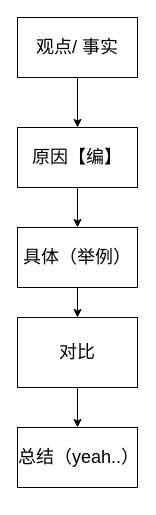
LoverCheng/flowChart keeps this draw.io diagram as Untitled Diagram.drawio. Above is the earlier version. Source tidied: cells renumbered, new cells numbered last; positions are measured from the earlier drawing's top-left corner, leaving out a move shared by most shapes. Both pictures are drawn from the tidied source at 100%, with x=0, y=0 at pixel (17, 17).
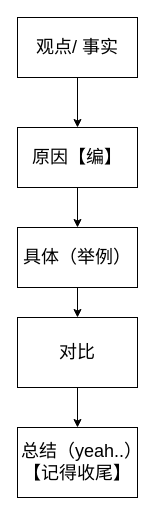
After the change.

Change to the diagram source:
```diff
@@
 <mxGraphModel>
   <root>
     <mxCell id="0" />
     <mxCell id="1" parent="0" />
     <mxCell id="2" style="edgeStyle=orthogonalEdgeStyle;rounded=0;jettySize=auto;html=1;entryX=0.5;entryY=0;entryDx=0;entryDy=0;fontSize=18;" parent="1" edge="1" source="3" target="5">
       <mxGeometry relative="1" as="geometry" />
     </mxCell>
     <mxCell id="3" value="&lt;font style=&quot;font-size: 18px&quot;&gt;观点/ 事实&lt;/font&gt;" style="rounded=0;whiteSpace=wrap;html=1;" parent="1" vertex="1">
       <mxGeometry width="120" height="60" as="geometry" />
     </mxCell>
     <mxCell id="4" style="edgeStyle=orthogonalEdgeStyle;rounded=0;jettySize=auto;html=1;entryX=0.5;entryY=0;entryDx=0;entryDy=0;fontSize=18;" parent="1" edge="1" source="5" target="7">
       <mxGeometry relative="1" as="geometry" />
     </mxCell>
     <mxCell id="5" value="原因【编】" style="rounded=0;whiteSpace=wrap;html=1;fontSize=18;" parent="1" vertex="1">
       <mxGeometry y="110" width="120" height="60" as="geometry" />
     </mxCell>
     <mxCell id="6" style="edgeStyle=orthogonalEdgeStyle;rounded=0;jettySize=auto;html=1;entryX=0.5;entryY=0;entryDx=0;entryDy=0;fontSize=18;" parent="1" edge="1" source="7" target="9">
       <mxGeometry relative="1" as="geometry" />
     </mxCell>
     <mxCell id="7" value="具体（举例）" style="rounded=0;whiteSpace=wrap;html=1;fontSize=18;" parent="1" vertex="1">
       <mxGeometry y="210" width="120" height="60" as="geometry" />
     </mxCell>
     <mxCell id="8" style="edgeStyle=orthogonalEdgeStyle;rounded=0;jettySize=auto;html=1;entryX=0.5;entryY=0;entryDx=0;entryDy=0;fontSize=18;" parent="1" edge="1" source="9" target="10">
       <mxGeometry relative="1" as="geometry" />
     </mxCell>
     <mxCell id="9" value="对比" style="rounded=0;whiteSpace=wrap;html=1;fontSize=18;" parent="1" vertex="1">
       <mxGeometry y="300" width="120" height="70" as="geometry" />
     </mxCell>
-    <mxCell id="10" value="总结（yeah..）" style="rounded=0;whiteSpace=wrap;html=1;fontSize=18;" parent="1" vertex="1">
-      <mxGeometry y="410" width="120" height="60" as="geometry" />
+    <mxCell id="10" value="总结（yeah..）【记得收尾】" style="rounded=0;whiteSpace=wrap;html=1;fontSize=18;" parent="1" vertex="1">
+      <mxGeometry y="410" width="120" height="70" as="geometry" />
     </mxCell>
   </root>
 </mxGraphModel>
```
